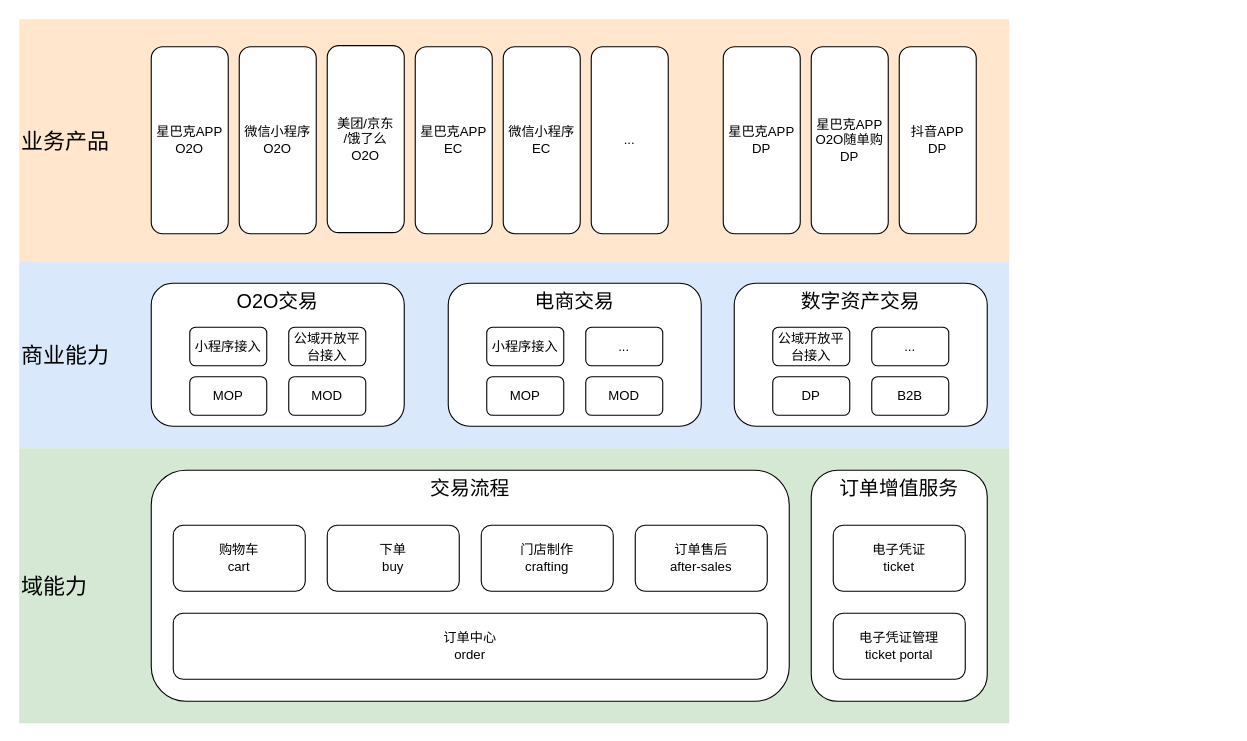
alexzhang2015/PC2.0 keeps this draw.io diagram as page "目标技术架构" (2 of 3) of OMS2.0业务架构.drawio. Above is the earlier version. Source tidied: cells renumbered, new cells numbered last; positions are measured from the earlier drawing's top-left corner, leaving out a move shared by most shapes. Both pictures are drawn from the tidied source at 110%, with x=0, y=0 at pixel (19, 19).
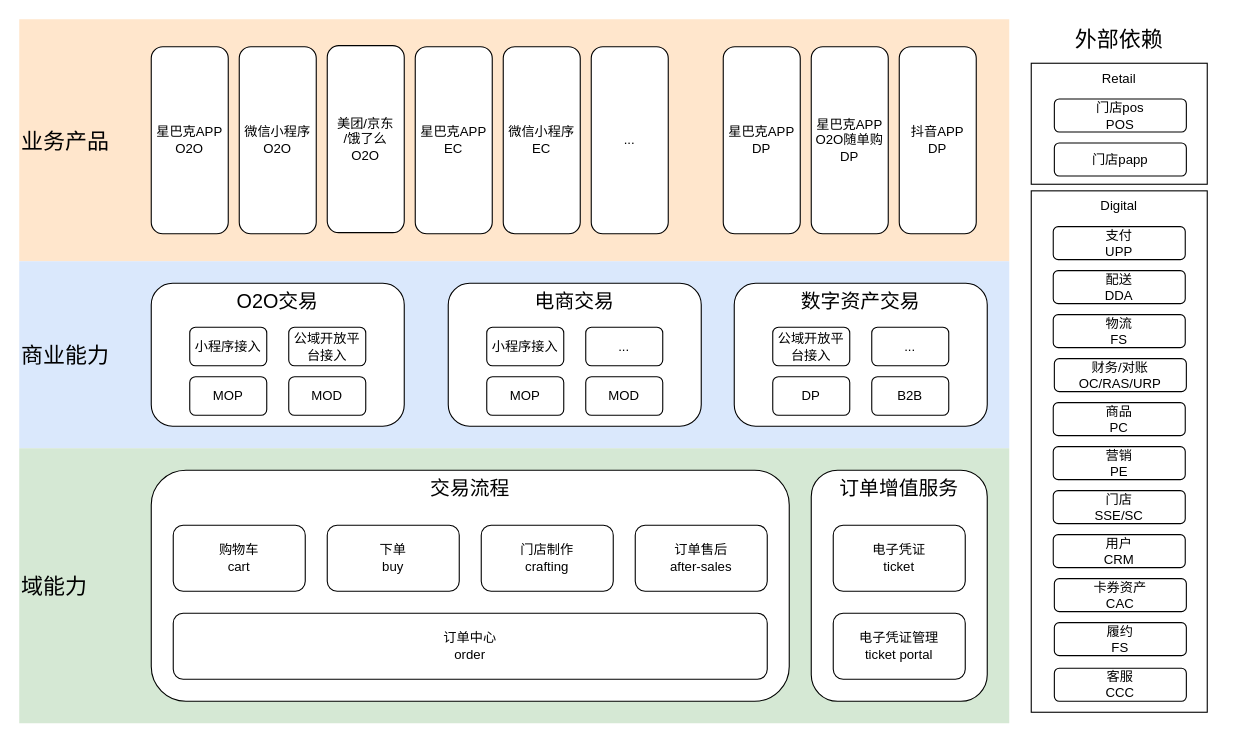
The same page after the edit.

What changed in the source:
```diff
@@
+    <mxCell id="38" value="外部依赖" style="rounded=0;whiteSpace=wrap;html=1;align=center;fontSize=20;verticalAlign=top;strokeColor=none;" parent="1" vertex="1">
+      <mxGeometry x="900" width="200" height="640" as="geometry" />
+    </mxCell>
+    <mxCell id="39" value="Digital" style="rounded=0;whiteSpace=wrap;html=1;verticalAlign=top;" parent="1" vertex="1">
+      <mxGeometry x="920" y="156" width="160" height="474" as="geometry" />
+    </mxCell>
@@
+    <mxCell id="40" value="支付&lt;div&gt;UPP&lt;/div&gt;" style="rounded=1;whiteSpace=wrap;html=1;" parent="1" vertex="1">
+      <mxGeometry x="940" y="188.5" width="120" height="30" as="geometry" />
+    </mxCell>
+    <mxCell id="41" value="配送&lt;div&gt;DDA&lt;/div&gt;" style="rounded=1;whiteSpace=wrap;html=1;" parent="1" vertex="1">
+      <mxGeometry x="940" y="228.5" width="120" height="30" as="geometry" />
+    </mxCell>
+    <mxCell id="42" value="物流&lt;div&gt;FS&lt;/div&gt;" style="rounded=1;whiteSpace=wrap;html=1;" parent="1" vertex="1">
+      <mxGeometry x="940" y="268.5" width="120" height="30" as="geometry" />
+    </mxCell>
+    <mxCell id="43" value="财务/对账&lt;div&gt;OC/RAS/URP&lt;/div&gt;" style="rounded=1;whiteSpace=wrap;html=1;" parent="1" vertex="1">
+      <mxGeometry x="941" y="308.5" width="120" height="30" as="geometry" />
+    </mxCell>
+    <mxCell id="44" value="商品&lt;div&gt;PC&lt;/div&gt;" style="rounded=1;whiteSpace=wrap;html=1;" parent="1" vertex="1">
+      <mxGeometry x="940" y="348.5" width="120" height="30" as="geometry" />
+    </mxCell>
+    <mxCell id="45" value="营销&lt;div&gt;PE&lt;/div&gt;" style="rounded=1;whiteSpace=wrap;html=1;" parent="1" vertex="1">
+      <mxGeometry x="940" y="388.5" width="120" height="30" as="geometry" />
+    </mxCell>
+    <mxCell id="46" value="门店&lt;div&gt;SSE/SC&lt;/div&gt;" style="rounded=1;whiteSpace=wrap;html=1;" parent="1" vertex="1">
+      <mxGeometry x="940" y="428.5" width="120" height="30" as="geometry" />
+    </mxCell>
+    <mxCell id="47" value="用户&lt;div&gt;CRM&lt;/div&gt;" style="rounded=1;whiteSpace=wrap;html=1;" parent="1" vertex="1">
+      <mxGeometry x="940" y="468.5" width="120" height="30" as="geometry" />
+    </mxCell>
+    <mxCell id="48" value="卡券资产&lt;div&gt;CAC&lt;/div&gt;" style="rounded=1;whiteSpace=wrap;html=1;" parent="1" vertex="1">
+      <mxGeometry x="941" y="508.5" width="120" height="30" as="geometry" />
+    </mxCell>
+    <mxCell id="49" value="履约&lt;div&gt;FS&lt;/div&gt;" style="rounded=1;whiteSpace=wrap;html=1;" parent="1" vertex="1">
+      <mxGeometry x="941" y="548.5" width="120" height="30" as="geometry" />
+    </mxCell>
+    <mxCell id="50" value="Retail" style="rounded=0;whiteSpace=wrap;html=1;verticalAlign=top;" parent="1" vertex="1">
+      <mxGeometry x="920" y="40" width="160" height="110" as="geometry" />
+    </mxCell>
+    <mxCell id="51" value="&lt;div&gt;门店pos&lt;/div&gt;&lt;div&gt;POS&lt;/div&gt;" style="rounded=1;whiteSpace=wrap;html=1;" parent="1" vertex="1">
+      <mxGeometry x="941" y="72.5" width="120" height="30" as="geometry" />
+    </mxCell>
+    <mxCell id="52" value="&lt;div&gt;门店papp&lt;/div&gt;" style="rounded=1;whiteSpace=wrap;html=1;" parent="1" vertex="1">
+      <mxGeometry x="941" y="112.5" width="120" height="30" as="geometry" />
+    </mxCell>
+    <mxCell id="53" value="客服&lt;div&gt;CCC&lt;/div&gt;" style="rounded=1;whiteSpace=wrap;html=1;" parent="1" vertex="1">
+      <mxGeometry x="941" y="590" width="120" height="30" as="geometry" />
+    </mxCell>
```
